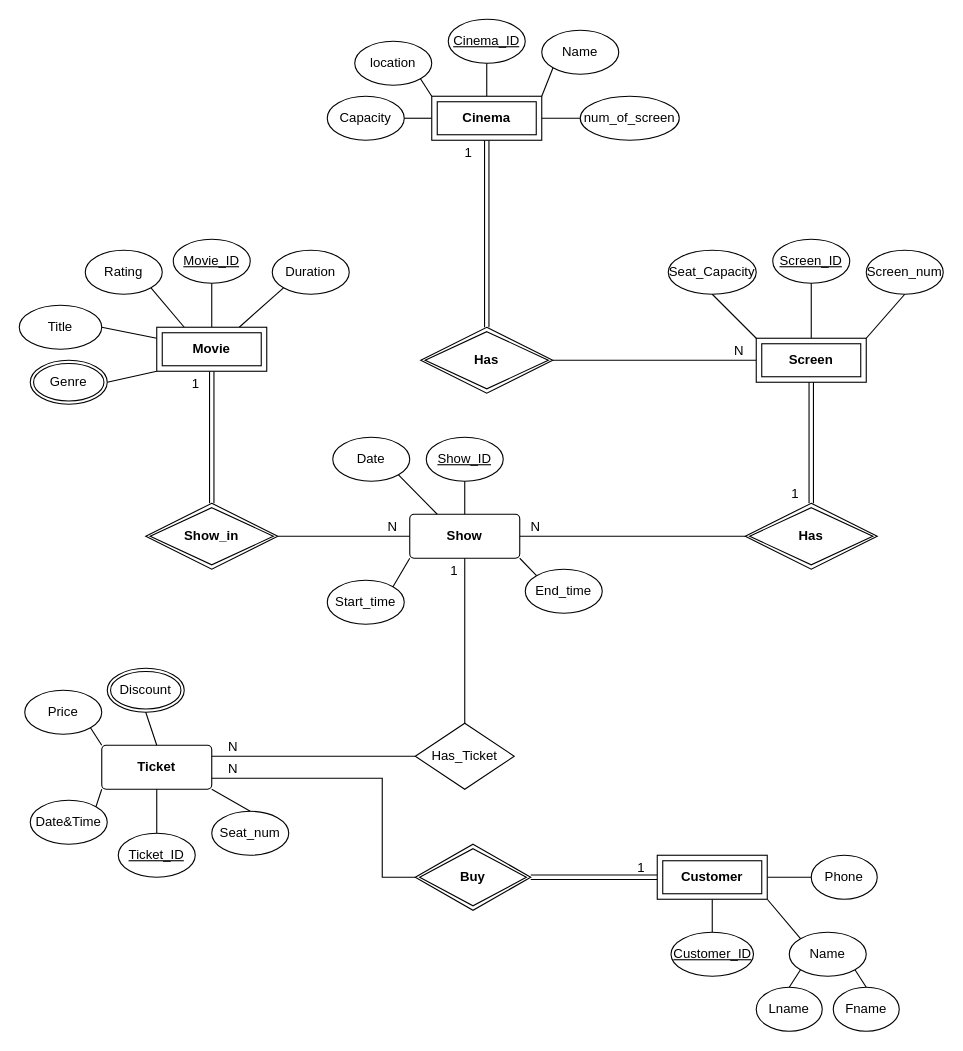
Above: Untitled Diagram.drawio in R-Zarei/Cinema-db (draw.io), before the change. Source tidied: cells renumbered, new cells numbered last; positions are measured from the earlier drawing's top-left corner, leaving out a move shared by most shapes. Both pictures are drawn from the tidied source at 110%, with x=0, y=0 at pixel (19, 19).
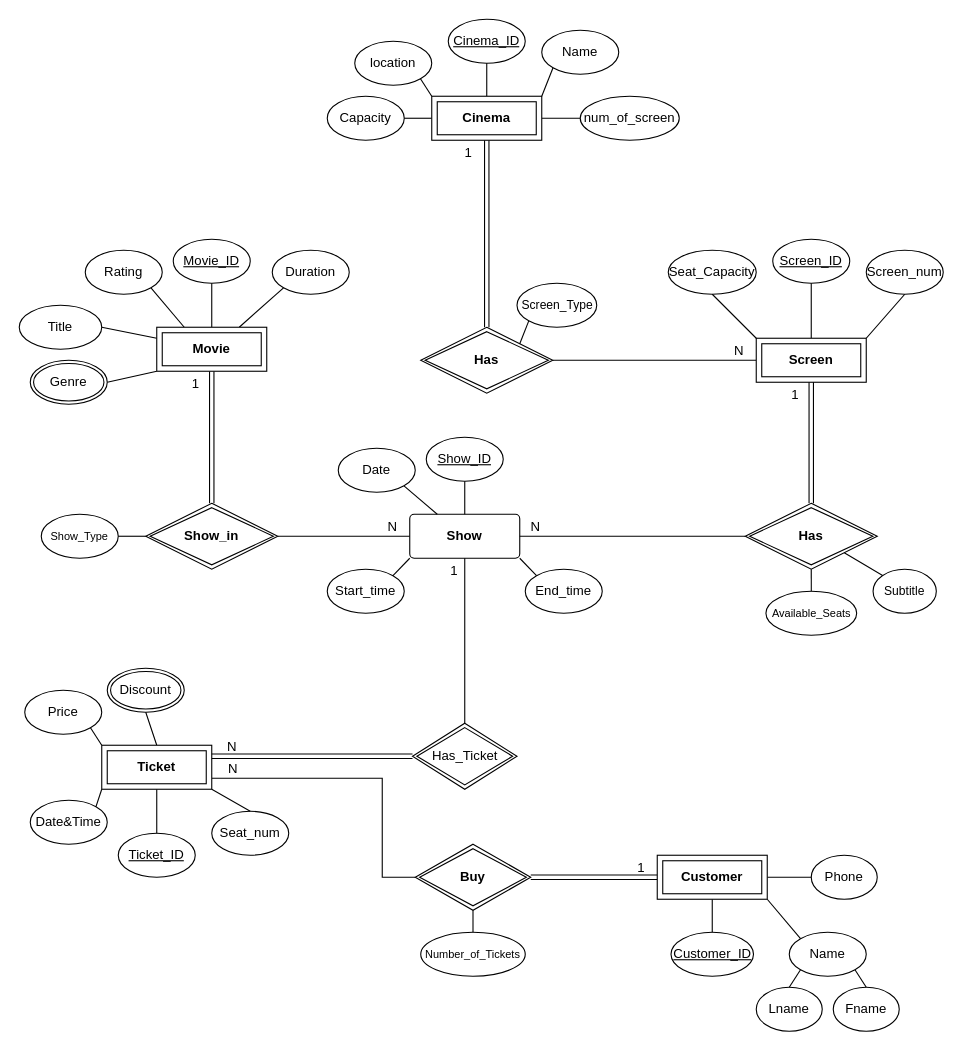
The same page after the edit.

Commit message:
add Attributes of Relationships

Unchanged cells that the change refers to:
```xml
<mxCell id="25" value="Price" style="ellipse;whiteSpace=wrap;html=1;align=center;" parent="1" vertex="1">
  <mxGeometry x="5" y="610" width="70" height="40" as="geometry" />
</mxCell>
<mxCell id="57" value="Discount" style="ellipse;shape=doubleEllipse;margin=3;whiteSpace=wrap;html=1;align=center;" parent="1" vertex="1">
  <mxGeometry x="80" y="590" width="70" height="40" as="geometry" />
</mxCell>
<mxCell id="70" value="&lt;b&gt;Buy&lt;/b&gt;" style="shape=rhombus;double=1;perimeter=rhombusPerimeter;whiteSpace=wrap;html=1;align=center;" parent="1" vertex="1">
  <mxGeometry x="360" y="750" width="105" height="60" as="geometry" />
</mxCell>
<mxCell id="77" value="&lt;b&gt;Has&lt;/b&gt;" style="shape=rhombus;double=1;perimeter=rhombusPerimeter;whiteSpace=wrap;html=1;align=center;strokeColor=default;verticalAlign=middle;fontFamily=Helvetica;fontSize=12;fontColor=default;fillColor=default;" parent="1" vertex="1">
  <mxGeometry x="365" y="280" width="120" height="60" as="geometry" />
</mxCell>
<mxCell id="79" value="&lt;b&gt;Show_in&lt;/b&gt;" style="shape=rhombus;double=1;perimeter=rhombusPerimeter;whiteSpace=wrap;html=1;align=center;strokeColor=default;verticalAlign=middle;fontFamily=Helvetica;fontSize=12;fontColor=default;fillColor=default;" parent="1" vertex="1">
  <mxGeometry x="115" y="440" width="120" height="60" as="geometry" />
</mxCell>
<mxCell id="85" style="shape=link;html=1;rounded=0;fontFamily=Helvetica;fontSize=12;fontColor=default;exitX=0.5;exitY=1;exitDx=0;exitDy=0;entryX=0.5;entryY=0;entryDx=0;entryDy=0;" parent="1" edge="1" source="84" target="87">
  <mxGeometry relative="1" as="geometry" />
</mxCell>
<mxCell id="87" value="&lt;b&gt;Has&lt;/b&gt;" style="shape=rhombus;double=1;perimeter=rhombusPerimeter;whiteSpace=wrap;html=1;align=center;strokeColor=default;verticalAlign=middle;fontFamily=Helvetica;fontSize=12;fontColor=default;fillColor=default;" parent="1" vertex="1">
  <mxGeometry x="660" y="440" width="120" height="60" as="geometry" />
</mxCell>
```

Change to the diagram source:
```diff
@@
-    <mxCell id="2" value="&lt;b&gt;Ticket&lt;/b&gt;" style="rounded=1;arcSize=10;whiteSpace=wrap;html=1;align=center;" parent="1" vertex="1">
-      <mxGeometry x="75" y="660" width="100" height="40" as="geometry" />
-    </mxCell>
@@
-    <mxCell id="27" style="endArrow=none;html=1;rounded=0;entryX=0;entryY=0;entryDx=0;entryDy=0;exitX=1;exitY=1;exitDx=0;exitDy=0;" parent="1" edge="1" source="25" target="2">
+    <mxCell id="27" style="endArrow=none;html=1;rounded=0;exitX=1;exitY=1;exitDx=0;exitDy=0;entryX=0;entryY=0;entryDx=0;entryDy=0;" parent="1" edge="1" source="25" target="2">
       <mxGeometry relative="1" as="geometry" />
     </mxCell>
@@
     <mxCell id="32" value="Date" style="ellipse;whiteSpace=wrap;html=1;align=center;" parent="1" vertex="1">
-      <mxGeometry x="285" y="380" width="70" height="40" as="geometry" />
+      <mxGeometry x="290" y="390" width="70" height="40" as="geometry" />
     </mxCell>
     <mxCell id="33" value="Start_time" style="ellipse;whiteSpace=wrap;html=1;align=center;" parent="1" vertex="1">
-      <mxGeometry x="280" y="510" width="70" height="40" as="geometry" />
+      <mxGeometry x="280" y="500" width="70" height="40" as="geometry" />
     </mxCell>
@@
-    <mxCell id="58" style="endArrow=none;html=1;rounded=0;entryX=0.5;entryY=0;entryDx=0;entryDy=0;exitX=0.5;exitY=1;exitDx=0;exitDy=0;" parent="1" edge="1" source="57" target="2">
+    <mxCell id="58" style="endArrow=none;html=1;rounded=0;exitX=0.5;exitY=1;exitDx=0;exitDy=0;entryX=0.5;entryY=0;entryDx=0;entryDy=0;" parent="1" edge="1" source="57" target="2">
       <mxGeometry relative="1" as="geometry" />
     </mxCell>
@@
-    <mxCell id="65" value="Has_Ticket" style="shape=rhombus;perimeter=rhombusPerimeter;whiteSpace=wrap;html=1;align=center;" parent="1" vertex="1">
-      <mxGeometry x="360" y="640" width="90" height="60" as="geometry" />
-    </mxCell>
@@
-    <mxCell id="68" style="endArrow=none;html=1;rounded=0;entryX=1;entryY=0.25;entryDx=0;entryDy=0;exitX=0;exitY=0.5;exitDx=0;exitDy=0;" parent="1" edge="1" source="65" target="2">
-      <mxGeometry relative="1" as="geometry" />
-    </mxCell>
-    <mxCell id="69" value="N" style="html=1;whiteSpace=wrap;align=right;verticalAlign=bottom;" parent="68" vertex="1">
-      <mxGeometry x="1" relative="1" as="geometry">
-        <mxPoint x="25" as="offset" />
-      </mxGeometry>
-    </mxCell>
@@
-    <mxCell id="73" style="endArrow=none;html=1;rounded=0;entryX=1;entryY=0.75;entryDx=0;entryDy=0;edgeStyle=elbowEdgeStyle;exitX=0;exitY=0.5;exitDx=0;exitDy=0;" parent="1" edge="1" source="70" target="2">
+    <mxCell id="73" style="endArrow=none;html=1;rounded=0;edgeStyle=elbowEdgeStyle;exitX=0;exitY=0.5;exitDx=0;exitDy=0;entryX=1;entryY=0.75;entryDx=0;entryDy=0;" parent="1" edge="1" source="70" target="2">
       <mxGeometry relative="1" as="geometry">
         <Array as="points">
           <mxPoint x="330" y="740" />
         </Array>
       </mxGeometry>
     </mxCell>
@@
     <mxCell id="86" value="1" style="html=1;whiteSpace=wrap;align=right;verticalAlign=bottom;strokeColor=default;fontFamily=Helvetica;fontSize=12;fontColor=default;fillColor=default;" parent="85" vertex="1">
       <mxGeometry x="1" relative="1" as="geometry">
-        <mxPoint x="-10" as="offset" />
+        <mxPoint x="-10" y="-90" as="offset" />
       </mxGeometry>
     </mxCell>
@@
+    <mxCell id="2" value="&lt;b&gt;Ticket&lt;/b&gt;" style="shape=ext;margin=3;double=1;whiteSpace=wrap;html=1;align=center;" parent="1" vertex="1">
+      <mxGeometry x="75" y="660" width="100" height="40" as="geometry" />
+    </mxCell>
+    <mxCell id="68" style="shape=link;html=1;rounded=0;entryX=1;entryY=0.25;entryDx=0;entryDy=0;exitX=0;exitY=0.5;exitDx=0;exitDy=0;" parent="1" edge="1" source="65" target="2">
+      <mxGeometry relative="1" as="geometry" />
+    </mxCell>
+    <mxCell id="69" value="N" style="html=1;whiteSpace=wrap;align=right;verticalAlign=bottom;" parent="68" vertex="1">
+      <mxGeometry x="1" relative="1" as="geometry">
+        <mxPoint x="25" as="offset" />
+      </mxGeometry>
+    </mxCell>
+    <mxCell id="65" value="Has_Ticket" style="shape=rhombus;double=1;perimeter=rhombusPerimeter;whiteSpace=wrap;html=1;align=center;" parent="1" vertex="1">
+      <mxGeometry x="357.5" y="640" width="95" height="60" as="geometry" />
+    </mxCell>
+    <mxCell id="88" value="&lt;font style=&quot;font-size: 11px;&quot;&gt;Screen_Type&lt;/font&gt;" style="ellipse;whiteSpace=wrap;html=1;align=center;" parent="1" vertex="1">
+      <mxGeometry x="452.5" y="240" width="72.5" height="40" as="geometry" />
+    </mxCell>
+    <mxCell id="89" style="endArrow=none;html=1;rounded=0;entryX=0;entryY=1;entryDx=0;entryDy=0;exitX=1;exitY=0;exitDx=0;exitDy=0;" parent="1" edge="1" source="77" target="88">
+      <mxGeometry relative="1" as="geometry" />
+    </mxCell>
+    <mxCell id="90" value="&lt;font style=&quot;font-size: 10px;&quot;&gt;Available_Seats&lt;/font&gt;" style="ellipse;whiteSpace=wrap;html=1;align=center;" parent="1" vertex="1">
+      <mxGeometry x="678.8" y="520" width="82.5" height="40" as="geometry" />
+    </mxCell>
+    <mxCell id="91" value="&lt;font style=&quot;font-size: 11px;&quot;&gt;Subtitle&lt;/font&gt;" style="ellipse;whiteSpace=wrap;html=1;align=center;" parent="1" vertex="1">
+      <mxGeometry x="776.2" y="500" width="57.5" height="40" as="geometry" />
+    </mxCell>
+    <mxCell id="92" style="endArrow=none;html=1;rounded=0;entryX=0;entryY=0;entryDx=0;entryDy=0;exitX=1;exitY=1;exitDx=0;exitDy=0;" parent="1" edge="1" source="87" target="91">
+      <mxGeometry relative="1" as="geometry" />
+    </mxCell>
+    <mxCell id="93" style="endArrow=none;html=1;rounded=0;exitX=0.5;exitY=0;exitDx=0;exitDy=0;entryX=0.5;entryY=1;entryDx=0;entryDy=0;" parent="1" edge="1" source="90" target="87">
+      <mxGeometry relative="1" as="geometry" />
+    </mxCell>
+    <mxCell id="94" value="&lt;font style=&quot;font-size: 10px;&quot;&gt;Show_Type&lt;/font&gt;" style="ellipse;whiteSpace=wrap;html=1;align=center;" parent="1" vertex="1">
+      <mxGeometry x="20" y="450" width="70" height="40" as="geometry" />
+    </mxCell>
+    <mxCell id="95" style="endArrow=none;html=1;rounded=0;exitX=1;exitY=0.5;exitDx=0;exitDy=0;entryX=0;entryY=0.5;entryDx=0;entryDy=0;" parent="1" edge="1" source="94" target="79">
+      <mxGeometry relative="1" as="geometry" />
+    </mxCell>
+    <mxCell id="96" value="&lt;font style=&quot;font-size: 10px;&quot;&gt;Number_of_Tickets&lt;/font&gt;" style="ellipse;whiteSpace=wrap;html=1;align=center;" parent="1" vertex="1">
+      <mxGeometry x="365" y="830" width="95" height="40" as="geometry" />
+    </mxCell>
+    <mxCell id="97" style="endArrow=none;html=1;rounded=0;entryX=0.5;entryY=1;entryDx=0;entryDy=0;exitX=0.5;exitY=0;exitDx=0;exitDy=0;" parent="1" edge="1" source="96" target="70">
+      <mxGeometry relative="1" as="geometry" />
+    </mxCell>
```
